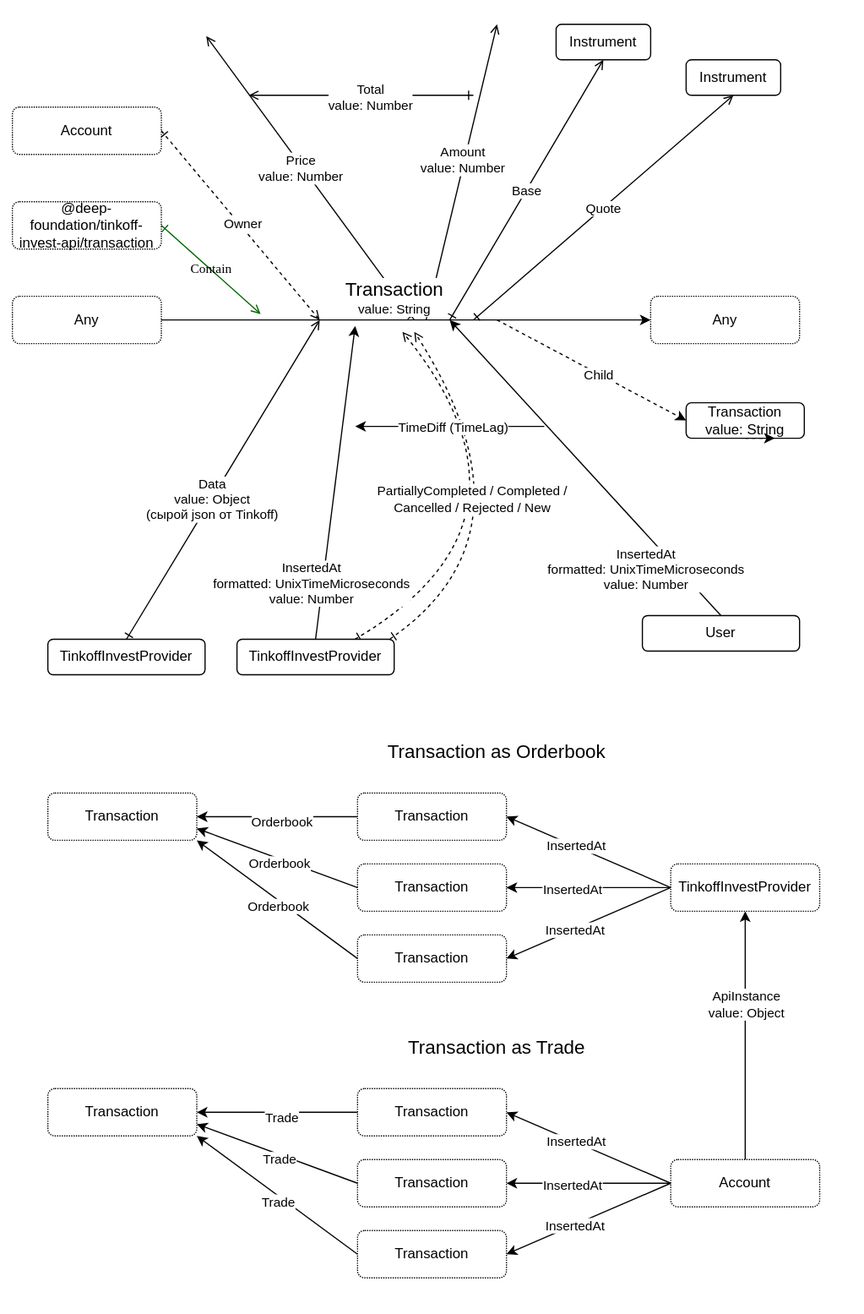
Before: src/transaction/Transaction.drawio.svg, a diagram exported from draw.io (suenot/deep-tinkoff-invest-api). Source tidied: cells renumbered, new cells last; positions are measured from the earlier drawing's top-left corner, leaving out a move shared by most shapes.
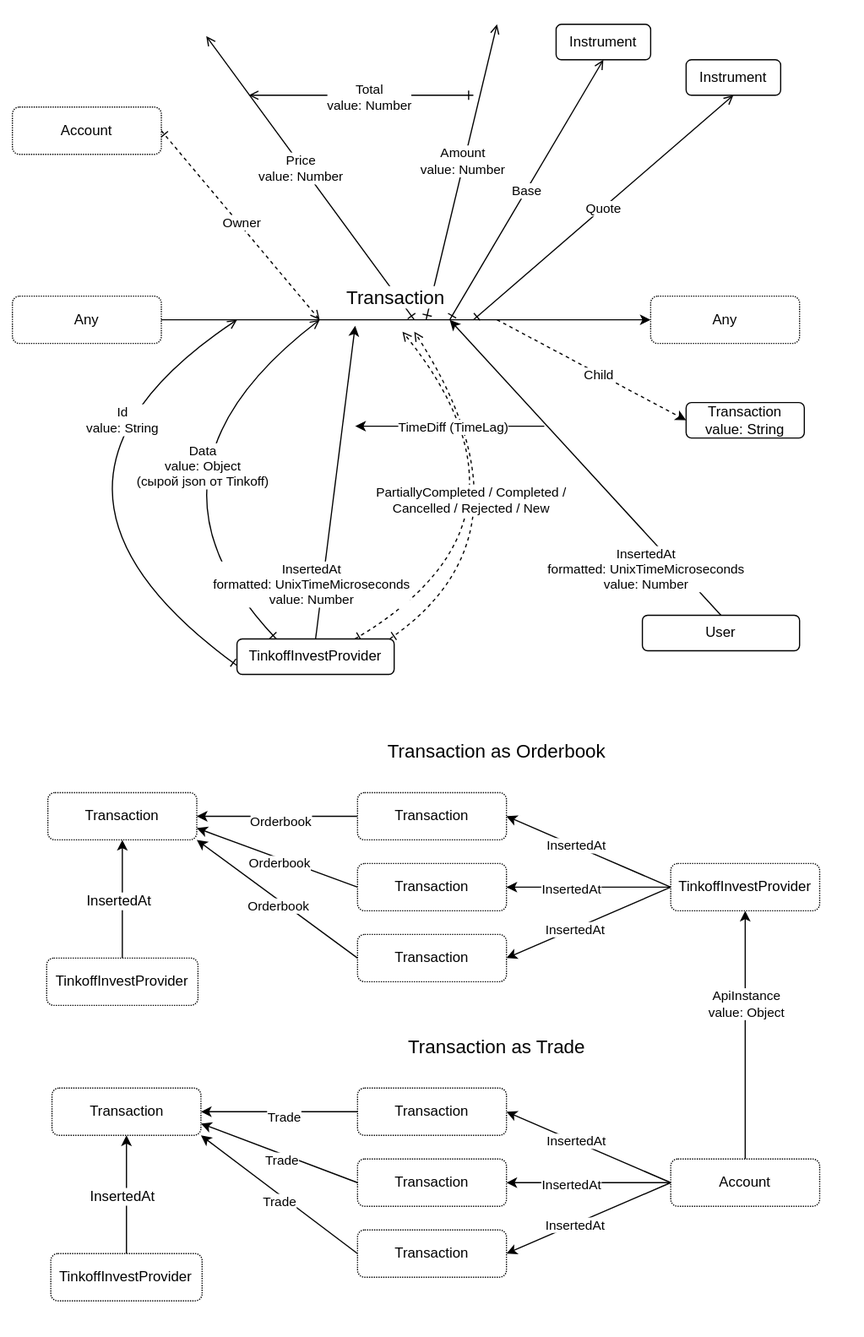
Above is the later version.

What changed in the source:
```diff
@@ -3,7 +3,7 @@
     <mxCell id="0" />
     <mxCell id="1" parent="0" />
     <mxCell id="2" style="rounded=0;whiteSpace=wrap;html=1;strokeColor=none;" parent="1" vertex="1">
-      <mxGeometry width="730" height="1110" as="geometry" />
+      <mxGeometry width="730" height="1130" as="geometry" />
     </mxCell>
     <mxCell id="3" style="edgeStyle=none;html=1;startArrow=ERone;startFill=0;endArrow=open;endFill=0;" parent="1" edge="1">
       <mxGeometry relative="1" as="geometry">
@@ -51,21 +51,18 @@
     <mxCell id="13" value="Account" style="rounded=1;whiteSpace=wrap;html=1;labelBackgroundColor=none;dashed=1;dashPattern=1 1;" parent="1" vertex="1">
       <mxGeometry x="10" y="90" width="126" height="40" as="geometry" />
     </mxCell>
-    <mxCell id="14" value="@deep-foundation/tinkoff-invest-api/transaction" style="rounded=1;whiteSpace=wrap;html=1;labelBackgroundColor=none;dashed=1;dashPattern=1 1;" parent="1" vertex="1">
-      <mxGeometry x="10" y="170" width="126" height="40" as="geometry" />
-    </mxCell>
-    <mxCell id="15" value="Contain" style="jettySize=auto;html=1;shadow=0;labelBackgroundColor=none;startArrow=ERone;startFill=0;endArrow=open;endFill=0;fontColor=#000000;fontFamily=Comic Sans MS;exitX=1;exitY=0.5;exitDx=0;exitDy=0;strokeColor=#006600;" parent="1" edge="1" source="14">
-      <mxGeometry relative="1" as="geometry">
-        <mxPoint x="220" y="265" as="targetPoint" />
-      </mxGeometry>
-    </mxCell>
-    <mxCell id="16" style="edgeStyle=none;html=1;exitX=0.5;exitY=0;exitDx=0;exitDy=0;startArrow=ERone;startFill=0;endArrow=open;endFill=0;" parent="1" edge="1" source="33">
+    <mxCell id="16" style="edgeStyle=none;html=1;exitX=0.25;exitY=0;exitDx=0;exitDy=0;startArrow=ERone;startFill=0;endArrow=open;endFill=0;curved=1;" parent="1" edge="1" source="28">
       <mxGeometry relative="1" as="geometry">
         <mxPoint x="270" y="270" as="targetPoint" />
+        <Array as="points">
+          <mxPoint x="100" y="400" />
+        </Array>
       </mxGeometry>
     </mxCell>
     <mxCell id="17" value="Data&lt;br&gt;value: Object&lt;br&gt;(сырой json от Tinkoff)" style="edgeLabel;html=1;align=center;verticalAlign=middle;" parent="16" vertex="1">
-      <mxGeometry x="-0.12" relative="1" as="geometry" />
+      <mxGeometry x="-0.12" relative="1" as="geometry">
+        <mxPoint x="60" y="-17" as="offset" />
+      </mxGeometry>
     </mxCell>
     <mxCell id="18" value="Instrument" style="rounded=1;whiteSpace=wrap;html=1;labelBackgroundColor=none;" parent="1" vertex="1">
       <mxGeometry x="580" y="50" width="80" height="30" as="geometry" />
@@ -123,7 +120,7 @@
         <mxPoint x="550" y="270" as="targetPoint" />
       </mxGeometry>
     </mxCell>
-    <mxCell id="30" value="&lt;font&gt;&lt;span style=&quot;font-size: 16px&quot;&gt;Transaction&lt;/span&gt;&lt;br&gt;&lt;font style=&quot;font-size: 11px&quot;&gt;value: String&lt;/font&gt;&lt;br&gt;&lt;/font&gt;" style="edgeLabel;html=1;align=center;verticalAlign=middle;fontSize=11;" parent="29" vertex="1">
+    <mxCell id="30" value="&lt;font&gt;&lt;span style=&quot;font-size: 16px&quot;&gt;Transaction&lt;/span&gt;&lt;br&gt;&lt;/font&gt;" style="edgeLabel;html=1;align=center;verticalAlign=middle;fontSize=11;" parent="29" vertex="1">
       <mxGeometry x="-0.11" relative="1" as="geometry">
         <mxPoint x="13" y="-20" as="offset" />
       </mxGeometry>
@@ -134,9 +131,6 @@
     <mxCell id="32" value="Any" style="rounded=1;whiteSpace=wrap;html=1;labelBackgroundColor=none;dashed=1;dashPattern=1 1;" parent="1" vertex="1">
       <mxGeometry x="550" y="250" width="126" height="40" as="geometry" />
     </mxCell>
-    <mxCell id="33" value="TinkoffInvestProvider" style="rounded=1;whiteSpace=wrap;html=1;labelBackgroundColor=none;" parent="1" vertex="1">
-      <mxGeometry x="40" y="540" width="133" height="30" as="geometry" />
-    </mxCell>
     <mxCell id="34" value="InsertedAt&lt;br&gt;formatted: UnixTimeMicroseconds&amp;nbsp;&lt;br&gt;value: Number" style="edgeStyle=none;html=1;exitX=0.5;exitY=0;exitDx=0;exitDy=0;" parent="1" edge="1" source="35">
       <mxGeometry x="-0.58" y="21" relative="1" as="geometry">
         <mxPoint x="380" y="270" as="targetPoint" />
@@ -160,9 +154,6 @@
     <mxCell id="38" value="Transaction&lt;br&gt;value: String" style="rounded=1;whiteSpace=wrap;html=1;labelBackgroundColor=none;" parent="1" vertex="1">
       <mxGeometry x="580" y="340" width="100" height="30" as="geometry" />
     </mxCell>
-    <mxCell id="39" style="edgeStyle=none;curved=1;html=1;exitX=0.5;exitY=1;exitDx=0;exitDy=0;entryX=0.75;entryY=1;entryDx=0;entryDy=0;dashed=1;fontSize=11;strokeColor=#000000;" parent="1" edge="1" source="38" target="38">
-      <mxGeometry relative="1" as="geometry" />
-    </mxCell>
     <mxCell id="40" style="edgeStyle=none;html=1;strokeColor=#000000;entryX=1;entryY=0.5;entryDx=0;entryDy=0;exitX=0;exitY=0.5;exitDx=0;exitDy=0;" parent="1" edge="1" source="44" target="43">
       <mxGeometry relative="1" as="geometry" />
     </mxCell>
@@ -220,7 +211,7 @@
       <mxGeometry x="-0.04" y="4" relative="1" as="geometry" />
     </mxCell>
     <mxCell id="56" value="Transaction" style="rounded=1;whiteSpace=wrap;html=1;labelBackgroundColor=none;dashed=1;dashPattern=1 1;" parent="1" vertex="1">
-      <mxGeometry x="40" y="920" width="126" height="40" as="geometry" />
+      <mxGeometry x="43.5" y="920" width="126" height="40" as="geometry" />
     </mxCell>
     <mxCell id="57" value="Transaction" style="rounded=1;whiteSpace=wrap;html=1;labelBackgroundColor=none;dashed=1;dashPattern=1 1;" parent="1" vertex="1">
       <mxGeometry x="302" y="920" width="126" height="40" as="geometry" />
@@ -307,5 +298,40 @@
     <mxCell id="83" value="&lt;font style=&quot;font-size: 16px&quot;&gt;Transaction as Trade&lt;/font&gt;" style="text;html=1;strokeColor=none;fillColor=none;align=center;verticalAlign=middle;whiteSpace=wrap;rounded=0;fontSize=11;" parent="1" vertex="1">
       <mxGeometry x="310" y="870" width="220" height="30" as="geometry" />
     </mxCell>
+    <mxCell id="84" style="edgeStyle=none;curved=1;html=1;entryX=0.5;entryY=1;entryDx=0;entryDy=0;fontSize=16;strokeColor=#000000;" parent="1" edge="1" source="86" target="43">
+      <mxGeometry relative="1" as="geometry" />
+    </mxCell>
+    <mxCell id="85" value="InsertedAt" style="edgeLabel;html=1;align=center;verticalAlign=middle;fontSize=12;" parent="84" vertex="1">
+      <mxGeometry x="-0.04" y="5" relative="1" as="geometry">
+        <mxPoint x="1" as="offset" />
+      </mxGeometry>
+    </mxCell>
+    <mxCell id="86" value="TinkoffInvestProvider" style="rounded=1;whiteSpace=wrap;html=1;labelBackgroundColor=none;dashed=1;dashPattern=1 1;" parent="1" vertex="1">
+      <mxGeometry x="39" y="810" width="128" height="40" as="geometry" />
+    </mxCell>
+    <mxCell id="87" style="edgeStyle=none;curved=1;html=1;fontSize=16;strokeColor=#000000;entryX=0.5;entryY=1;entryDx=0;entryDy=0;" parent="1" edge="1" source="89" target="56">
+      <mxGeometry relative="1" as="geometry" />
+    </mxCell>
+    <mxCell id="88" value="InsertedAt" style="edgeLabel;html=1;align=center;verticalAlign=middle;fontSize=12;" parent="87" vertex="1">
+      <mxGeometry x="-0.04" y="5" relative="1" as="geometry">
+        <mxPoint x="1" as="offset" />
+      </mxGeometry>
+    </mxCell>
+    <mxCell id="89" value="TinkoffInvestProvider" style="rounded=1;whiteSpace=wrap;html=1;labelBackgroundColor=none;dashed=1;dashPattern=1 1;" parent="1" vertex="1">
+      <mxGeometry x="42.5" y="1060" width="128" height="40" as="geometry" />
+    </mxCell>
+    <mxCell id="90" style="edgeStyle=none;html=1;exitX=0;exitY=0.75;exitDx=0;exitDy=0;startArrow=ERone;startFill=0;endArrow=open;endFill=0;curved=1;" parent="1" edge="1" source="28">
+      <mxGeometry relative="1" as="geometry">
+        <mxPoint x="200" y="270" as="targetPoint" />
+        <Array as="points">
+          <mxPoint x="-10" y="410" />
+        </Array>
+      </mxGeometry>
+    </mxCell>
+    <mxCell id="91" value="Id&lt;br&gt;value: String" style="edgeLabel;html=1;align=center;verticalAlign=middle;" parent="90" vertex="1">
+      <mxGeometry x="-0.12" relative="1" as="geometry">
+        <mxPoint x="84" y="-76" as="offset" />
+      </mxGeometry>
+    </mxCell>
   </root>
 </mxGraphModel>
```
